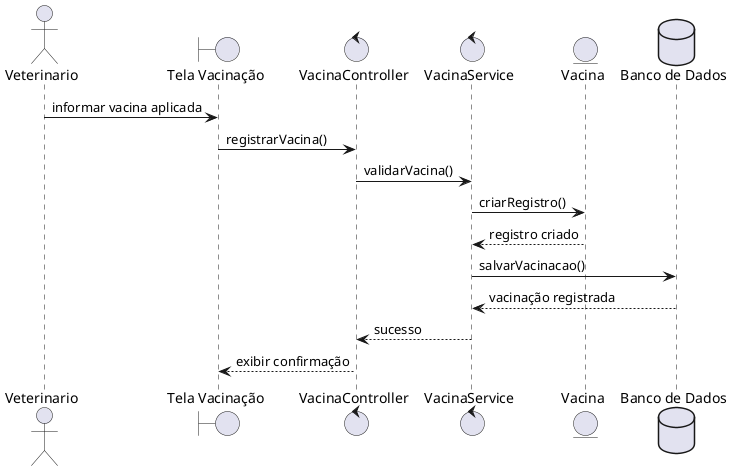
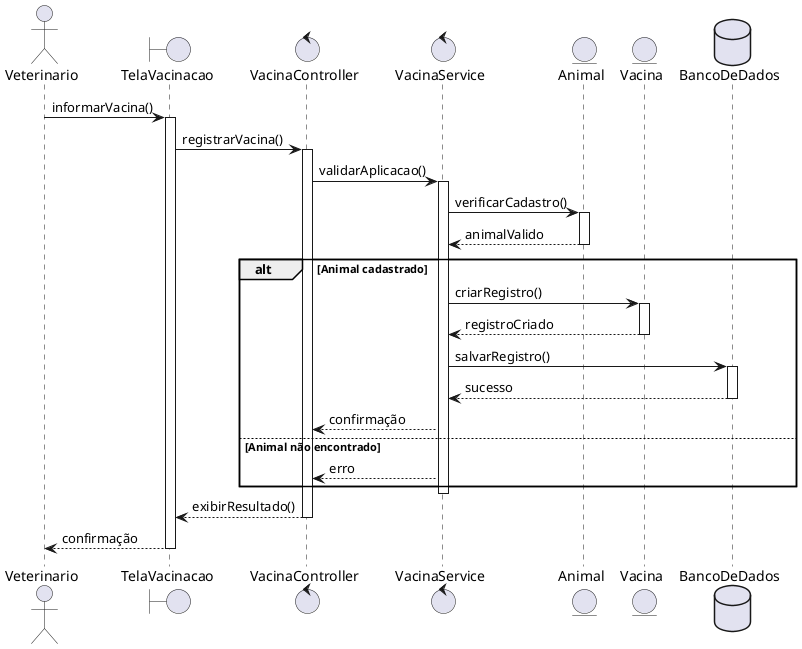
@startuml

actor Veterinario

- boundary "Tela Vacinação" as Tela
- control "VacinaController" as Controller
- control "VacinaService" as Service
- entity "Vacina" as Vacina
- database "Banco de Dados" as BD
+ boundary TelaVacinacao
+ control VacinaController
+ control VacinaService
+ entity Animal
+ entity Vacina
+ database BancoDeDados

- Veterinario -> Tela : informar vacina aplicada
+ Veterinario -> TelaVacinacao : informarVacina()
+ activate TelaVacinacao

- Tela -> Controller : registrarVacina()
+ TelaVacinacao -> VacinaController : registrarVacina()
+ activate VacinaController

- Controller -> Service : validarVacina()
+ VacinaController -> VacinaService : validarAplicacao()
+ activate VacinaService

- Service -> Vacina : criarRegistro()
+ VacinaService -> Animal : verificarCadastro()
+ activate Animal

- Vacina --> Service : registro criado
+ Animal --> VacinaService : animalValido
+ deactivate Animal

- Service -> BD : salvarVacinacao()
+ alt Animal cadastrado

- BD --> Service : vacinação registrada
+     VacinaService -> Vacina : criarRegistro()
+     activate Vacina

- Service --> Controller : sucesso
+     Vacina --> VacinaService : registroCriado
+     deactivate Vacina

- Controller --> Tela : exibir confirmação
+     VacinaService -> BancoDeDados : salvarRegistro()
+     activate BancoDeDados
+ 
+     BancoDeDados --> VacinaService : sucesso
+     deactivate BancoDeDados
+ 
+     VacinaService --> VacinaController : confirmação
+ 
+ else Animal não encontrado
+ 
+     VacinaService --> VacinaController : erro
+ 
+ end
+ 
+ deactivate VacinaService
+ 
+ VacinaController --> TelaVacinacao : exibirResultado()
+ deactivate VacinaController
+ 
+ TelaVacinacao --> Veterinario : confirmação
+ deactivate TelaVacinacao

@enduml
